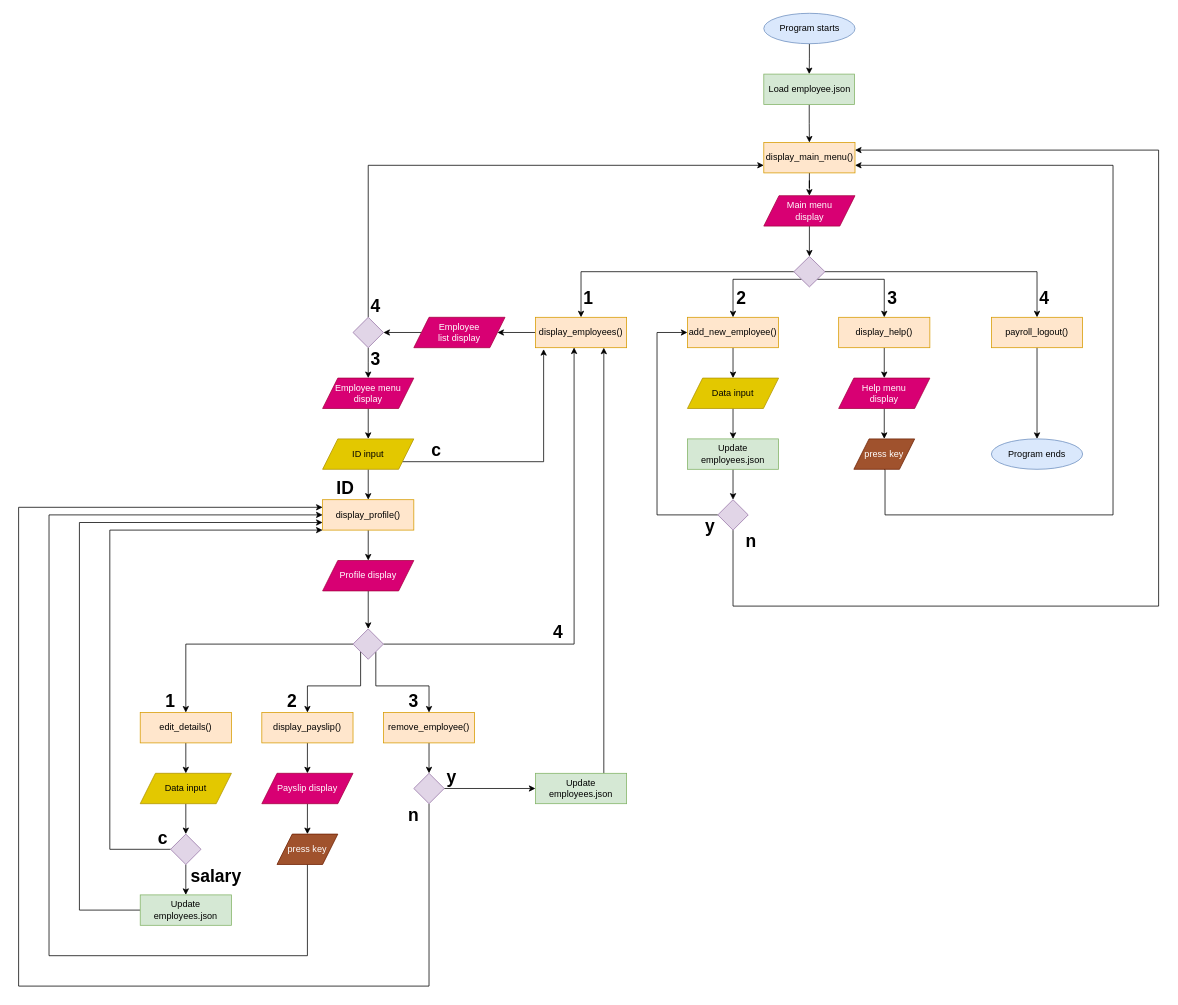
gamzefitz/ProceduralProgramming keeps this draw.io diagram as SD-TA-010-A-Assignment/application_flowchart.drawio. Above is the earlier version. Source tidied: cells renumbered, new cells numbered last; positions are measured from the earlier drawing's top-left corner, leaving out a move shared by most shapes. Both pictures are drawn from the tidied source at 76%, with x=0, y=0 at pixel (18, 13).
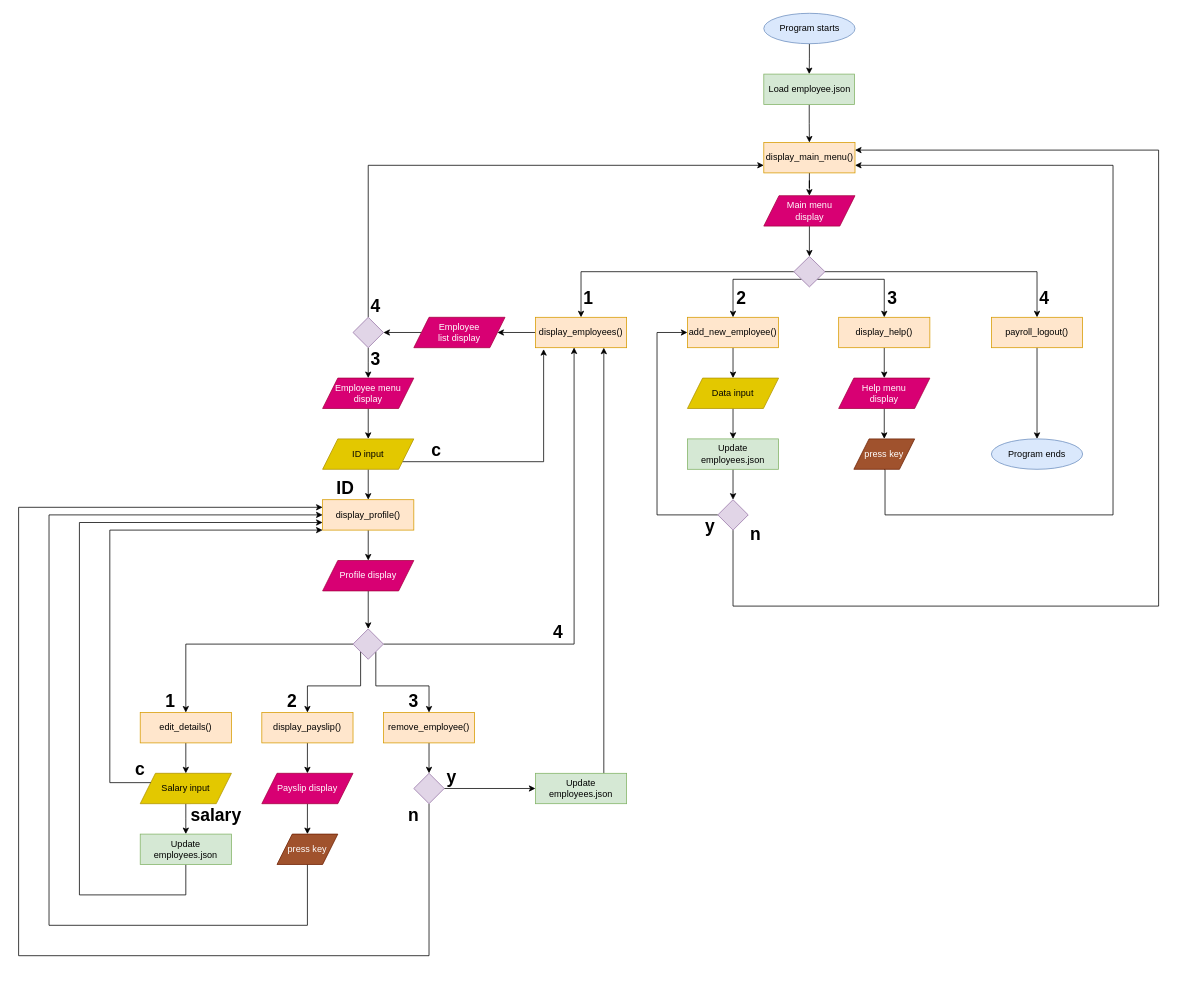
The same page after the edit.

Unchanged cells that the change refers to:
```xml
<mxCell id="59" style="rhombus;whiteSpace=wrap;html=1;fillColor=#e1d5e7;strokeColor=#9673a6;" parent="1" vertex="1">
  <mxGeometry x="520" y="1000" width="40" height="40" as="geometry" />
</mxCell>
<mxCell id="63" value="press key" style="shape=parallelogram;perimeter=parallelogramPerimeter;whiteSpace=wrap;html=1;fixedSize=1;fillColor=#a0522d;fontColor=#ffffff;strokeColor=#6D1F00;" parent="1" vertex="1">
  <mxGeometry x="340" y="1080" width="80" height="40" as="geometry" />
</mxCell>
<mxCell id="84" value="display_profile()" style="rounded=0;whiteSpace=wrap;html=1;fillColor=#ffe6cc;strokeColor=#d79b00;" parent="1" vertex="1">
  <mxGeometry x="400" y="640" width="120" height="40" as="geometry" />
</mxCell>
```

Diff of the diagram source:
```diff
@@
-    <mxCell id="30" style="edgeStyle=orthogonalEdgeStyle;rounded=0;jettySize=auto;html=1;" parent="1" edge="1" source="31" target="90">
-      <mxGeometry relative="1" as="geometry" />
+    <mxCell id="30" style="edgeStyle=orthogonalEdgeStyle;rounded=0;jettySize=auto;html=1;" parent="1" edge="1" source="31">
+      <mxGeometry relative="1" as="geometry">
+        <mxPoint x="220" y="1080" as="targetPoint" />
+      </mxGeometry>
     </mxCell>
-    <mxCell id="31" value="Data input" style="shape=parallelogram;perimeter=parallelogramPerimeter;whiteSpace=wrap;html=1;fixedSize=1;fillColor=#e3c800;fontColor=#000000;strokeColor=#B09500;" parent="1" vertex="1">
+    <mxCell id="31" value="Salary input" style="shape=parallelogram;perimeter=parallelogramPerimeter;whiteSpace=wrap;html=1;fixedSize=1;fillColor=#e3c800;fontColor=#000000;strokeColor=#B09500;" parent="1" vertex="1">
       <mxGeometry x="160" y="1000" width="120" height="40" as="geometry" />
     </mxCell>
@@
     <mxCell id="40" style="edgeStyle=orthogonalEdgeStyle;rounded=0;jettySize=auto;html=1;entryX=0;entryY=0.75;entryDx=0;entryDy=0;" parent="1" edge="1" source="41" target="84">
       <mxGeometry relative="1" as="geometry">
         <Array as="points">
-          <mxPoint x="80" y="1180" />
+          <mxPoint x="220" y="1160" />
+          <mxPoint x="80" y="1160" />
           <mxPoint x="80" y="670" />
         </Array>
       </mxGeometry>
     </mxCell>
     <mxCell id="41" value="Update employees.json" style="rounded=0;whiteSpace=wrap;html=1;fillColor=#d5e8d4;strokeColor=#82b366;" parent="1" vertex="1">
-      <mxGeometry x="160" y="1160" width="120" height="40" as="geometry" />
+      <mxGeometry x="160" y="1080" width="120" height="40" as="geometry" />
     </mxCell>
@@
     <mxCell id="58" style="edgeStyle=orthogonalEdgeStyle;rounded=0;jettySize=auto;html=1;entryX=0;entryY=0.25;entryDx=0;entryDy=0;" parent="1" edge="1" source="59" target="84">
       <mxGeometry relative="1" as="geometry">
         <Array as="points">
-          <mxPoint x="540" y="1280" />
-          <mxPoint y="1280" />
+          <mxPoint x="540" y="1240" />
+          <mxPoint y="1240" />
           <mxPoint y="650" />
         </Array>
       </mxGeometry>
     </mxCell>
@@
     <mxCell id="62" style="edgeStyle=orthogonalEdgeStyle;rounded=0;jettySize=auto;html=1;entryX=0;entryY=0.5;entryDx=0;entryDy=0;exitX=0.5;exitY=1;exitDx=0;exitDy=0;" parent="1" edge="1" source="63" target="84">
       <mxGeometry relative="1" as="geometry">
         <Array as="points">
-          <mxPoint x="380" y="1240" />
-          <mxPoint x="40" y="1240" />
+          <mxPoint x="380" y="1200" />
+          <mxPoint x="40" y="1200" />
           <mxPoint x="40" y="660" />
         </Array>
       </mxGeometry>
     </mxCell>
@@
     <mxCell id="71" value="n" style="text;html=1;whiteSpace=wrap;strokeColor=none;fillColor=none;align=center;verticalAlign=middle;rounded=0;fontStyle=1;labelBackgroundColor=#FFFFFF;fontSize=23;" parent="1" vertex="1">
-      <mxGeometry x="934" y="680" width="60" height="30" as="geometry" />
+      <mxGeometry x="940" y="670" width="60" height="30" as="geometry" />
     </mxCell>
@@
-    <mxCell id="88" style="edgeStyle=orthogonalEdgeStyle;rounded=0;jettySize=auto;html=1;" parent="1" edge="1" source="90" target="41">
-      <mxGeometry relative="1" as="geometry" />
-    </mxCell>
-    <mxCell id="89" style="edgeStyle=orthogonalEdgeStyle;rounded=0;jettySize=auto;html=1;entryX=0;entryY=1;entryDx=0;entryDy=0;" parent="1" edge="1" source="90" target="84">
+    <mxCell id="89" style="edgeStyle=orthogonalEdgeStyle;rounded=0;jettySize=auto;html=1;entryX=0;entryY=1;entryDx=0;entryDy=0;exitX=0;exitY=0.25;exitDx=0;exitDy=0;" parent="1" edge="1" source="31" target="84">
       <mxGeometry relative="1" as="geometry">
         <Array as="points">
-          <mxPoint x="120" y="1100" />
+          <mxPoint x="120" y="1012" />
           <mxPoint x="120" y="680" />
         </Array>
       </mxGeometry>
     </mxCell>
-    <mxCell id="90" style="rhombus;whiteSpace=wrap;html=1;fillColor=#e1d5e7;strokeColor=#9673a6;" parent="1" vertex="1">
-      <mxGeometry x="200" y="1080" width="40" height="40" as="geometry" />
-    </mxCell>
@@
     <mxCell id="92" value="salary" style="text;html=1;whiteSpace=wrap;strokeColor=none;fillColor=none;align=center;verticalAlign=middle;rounded=0;fontStyle=1;labelBackgroundColor=#FFFFFF;fontSize=23;" parent="1" vertex="1">
-      <mxGeometry x="230" y="1120" width="60" height="30" as="geometry" />
+      <mxGeometry x="230" y="1040" width="60" height="30" as="geometry" />
     </mxCell>
     <mxCell id="93" value="c" style="text;html=1;whiteSpace=wrap;strokeColor=none;fillColor=none;align=center;verticalAlign=middle;rounded=0;fontStyle=1;labelBackgroundColor=#FFFFFF;fontSize=23;" parent="1" vertex="1">
-      <mxGeometry x="160" y="1070" width="60" height="30" as="geometry" />
+      <mxGeometry x="130" y="980" width="60" height="30" as="geometry" />
     </mxCell>
```
